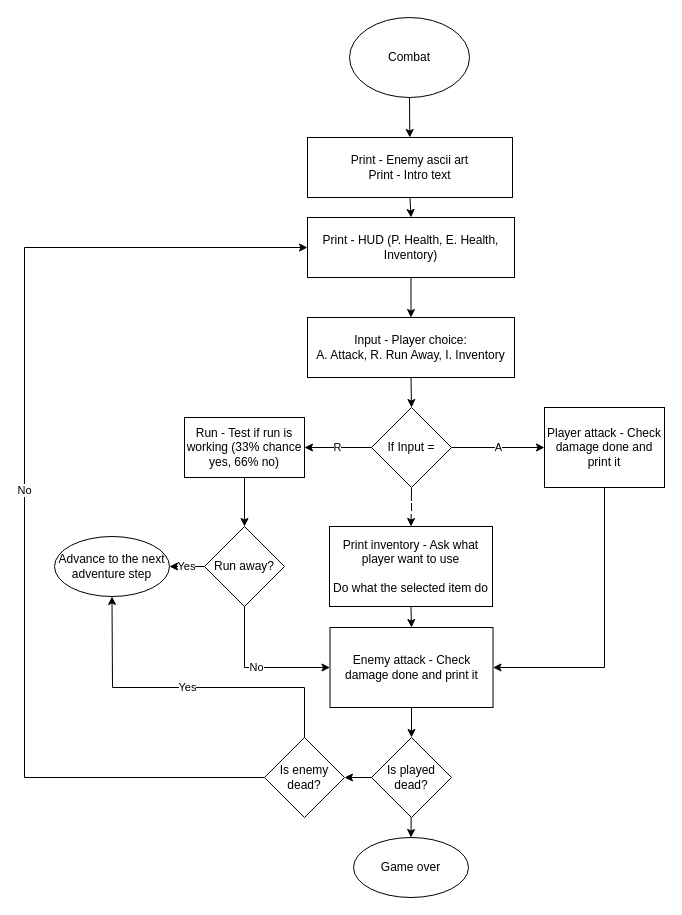
Above: Day 3 - Beginner - Control Flow and Logical Operators/Untitled Diagram.drawio in LintaoC/udemy_100DaysOfCode_python (draw.io), before the change. Source tidied: cells renumbered, new cells numbered last; positions are measured from the earlier drawing's top-left corner, leaving out a move shared by most shapes. Both pictures are drawn from the tidied source at 100%, with x=0, y=0 at pixel (24, 17).
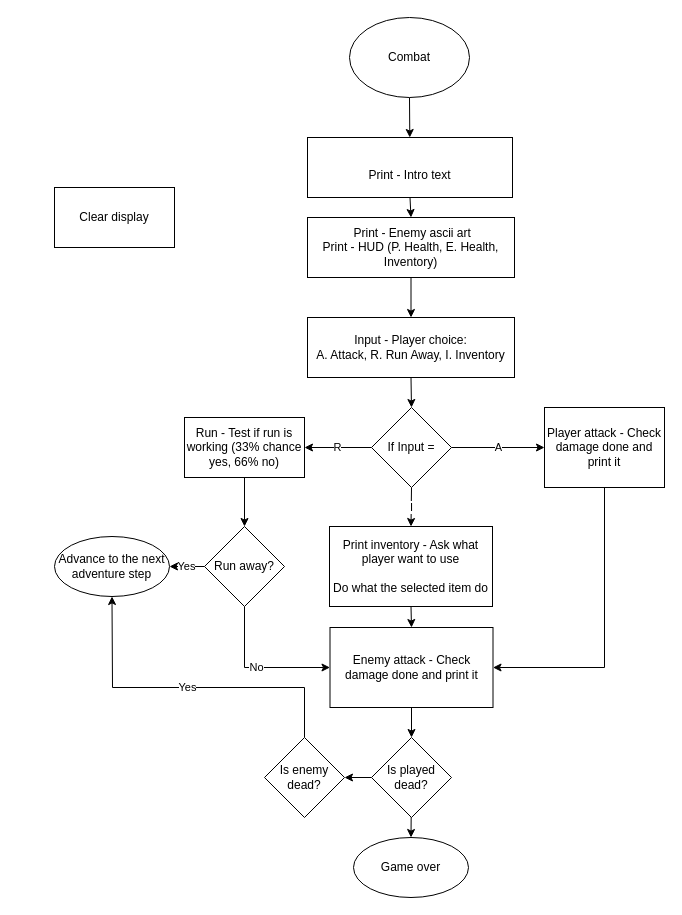
The same page after the edit.

The change refers to these unchanged cells:
```xml
<mxCell id="31" value="Is enemy dead? " style="rhombus;whiteSpace=wrap;html=1;" parent="1" vertex="1">
  <mxGeometry x="240" y="720" width="80" height="80" as="geometry" />
</mxCell>
```

The edit, as a diff of the source:
```diff
@@
-    <mxCell id="5" value="&lt;div&gt;Print - Enemy ascii art&lt;/div&gt;&lt;div&gt;Print - Intro text&lt;br&gt;&lt;/div&gt;" style="rounded=0;whiteSpace=wrap;html=1;" parent="1" vertex="1">
+    <mxCell id="5" value="&lt;div&gt;&lt;br&gt;&lt;/div&gt;&lt;div&gt;Print - Intro text&lt;br&gt;&lt;/div&gt;" style="rounded=0;whiteSpace=wrap;html=1;" parent="1" vertex="1">
       <mxGeometry x="283" y="120" width="205" height="60" as="geometry" />
     </mxCell>
@@
-    <mxCell id="7" value="Print - HUD (P. Health, E. Health, Inventory)" style="rounded=0;whiteSpace=wrap;html=1;" parent="1" vertex="1">
+    <mxCell id="7" value="&lt;div&gt;&amp;nbsp;Print - Enemy ascii art&lt;/div&gt;&lt;div&gt;Print - HUD (P. Health, E. Health, Inventory)&lt;/div&gt;" style="rounded=0;whiteSpace=wrap;html=1;" parent="1" vertex="1">
       <mxGeometry x="283" y="200" width="207" height="60" as="geometry" />
     </mxCell>
@@
-    <mxCell id="29" value="No" style="edgeStyle=none;rounded=0;jettySize=auto;html=1;exitX=0;exitY=0.5;exitDx=0;exitDy=0;entryX=0;entryY=0.5;entryDx=0;entryDy=0;" parent="1" edge="1" source="31" target="7">
-      <mxGeometry relative="1" as="geometry">
-        <Array as="points">
-          <mxPoint y="760" />
-          <mxPoint y="230" />
-        </Array>
-      </mxGeometry>
-    </mxCell>
@@
+    <mxCell id="33" value="Clear display" style="rounded=0;whiteSpace=wrap;html=1;" parent="1" vertex="1">
+      <mxGeometry x="30" y="170" width="120" height="60" as="geometry" />
+    </mxCell>
```
